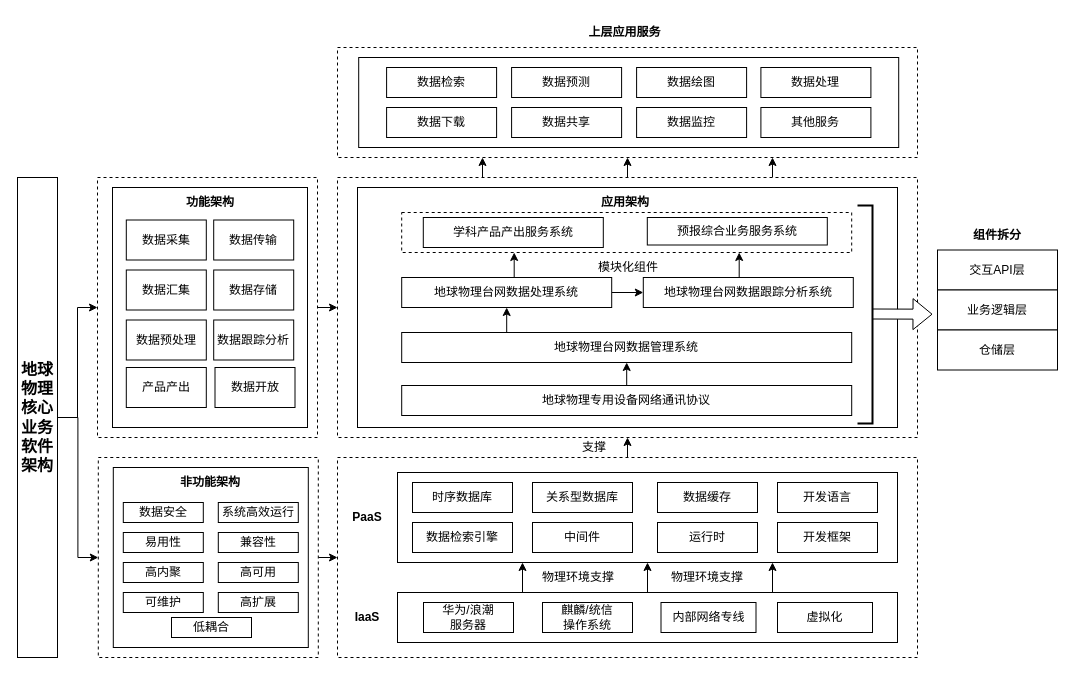
Before: page "第 16 页" (16 of 20) of drawio/eq_network.drawio in raingnight/Blog_Pic, a draw.io diagram. Source tidied: cells renumbered, new cells numbered last; positions are measured from the earlier drawing's top-left corner, leaving out a move shared by most shapes. Both pictures are drawn from the tidied source at 100%, with x=0, y=0 at pixel (17, 17).
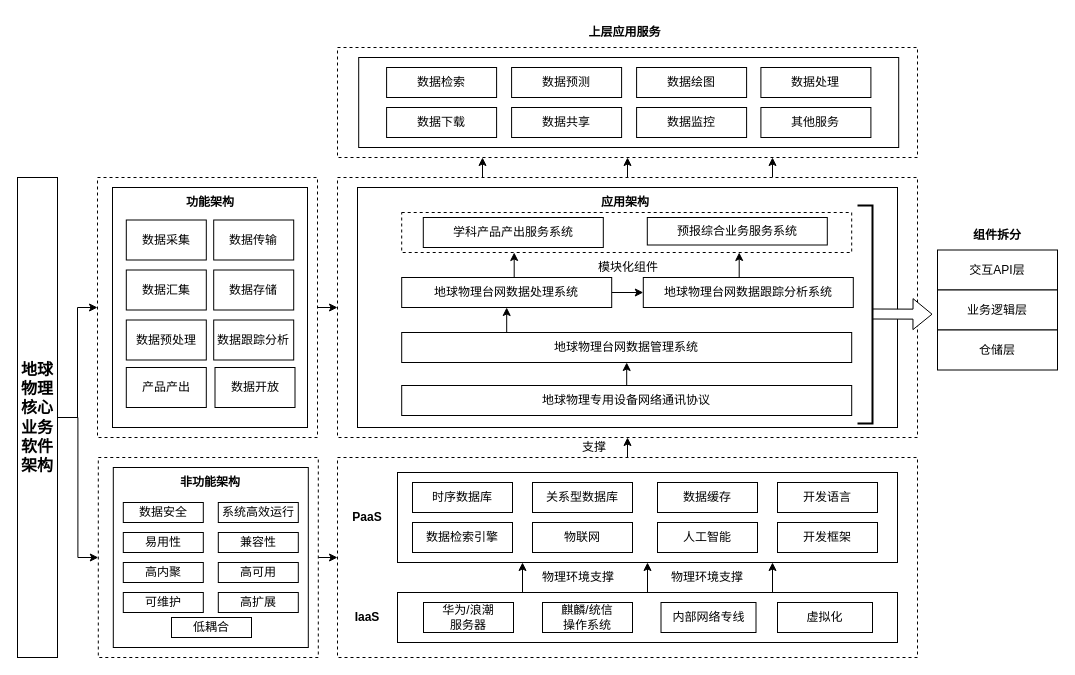
After the change.

Change to the diagram source:
```diff
@@
-    <mxCell id="47" value="中间件" style="rounded=0;whiteSpace=wrap;html=1;" parent="1" vertex="1">
+    <mxCell id="47" value="物联网" style="rounded=0;whiteSpace=wrap;html=1;" parent="1" vertex="1">
       <mxGeometry x="515" y="505" width="100" height="30" as="geometry" />
     </mxCell>
@@
-    <mxCell id="80" value="运行时" style="rounded=0;whiteSpace=wrap;html=1;" parent="1" vertex="1">
+    <mxCell id="80" value="人工智能" style="rounded=0;whiteSpace=wrap;html=1;" parent="1" vertex="1">
       <mxGeometry x="640" y="505" width="100" height="30" as="geometry" />
     </mxCell>
```
